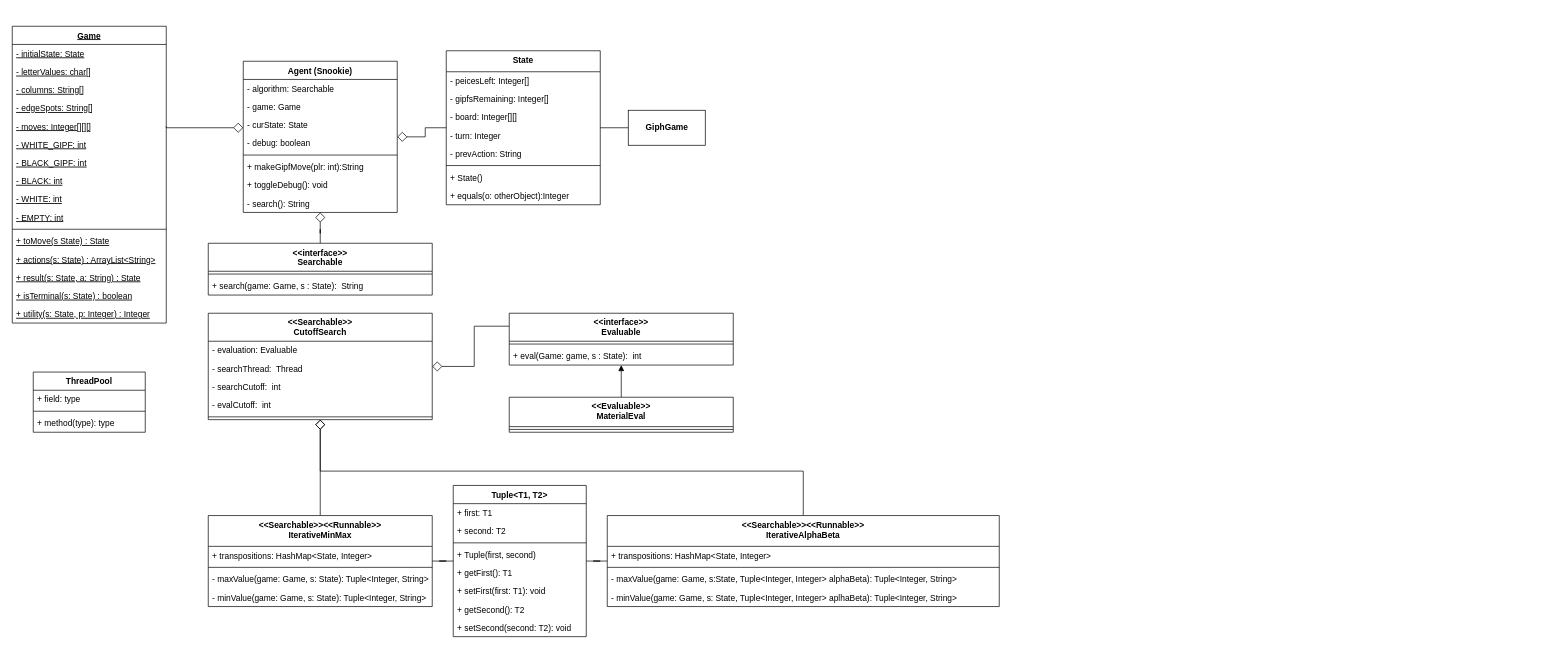
The draw.io diagram diagrams/CSC3335_Project3.drawio in tone-man/tone-man-hancockcraveirocanfield_3335_project3, before the edit. Source tidied: cells renumbered, new cells numbered last; positions are measured from the earlier drawing's top-left corner, leaving out a move shared by most shapes. Both pictures are drawn from the tidied source at 70%, with x=0, y=0 at pixel (12, 26).
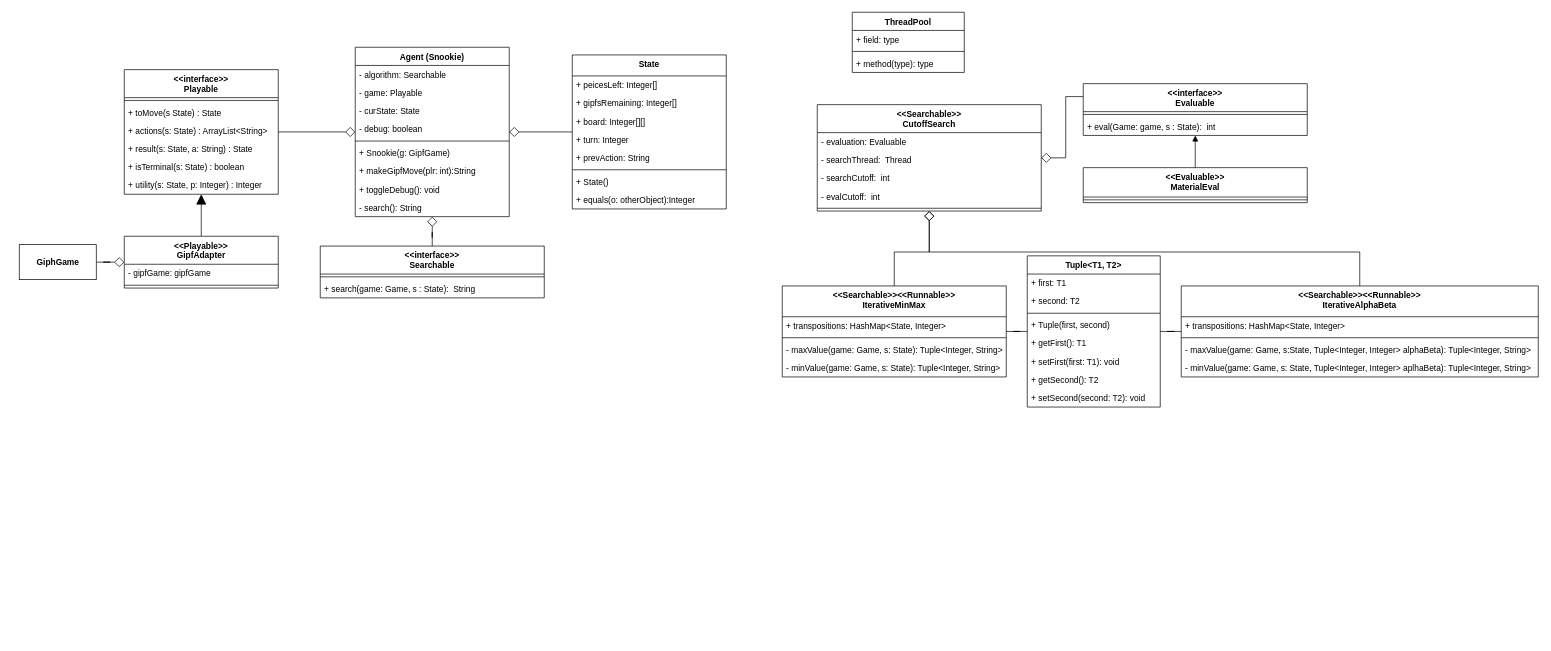
Above is the later version.

Change to the diagram source:
```diff
@@
     <mxCell id="2" value="Agent (Snookie)" style="swimlane;fontStyle=1;align=center;verticalAlign=top;horizontal=1;startSize=26;" parent="1" vertex="1">
-      <mxGeometry x="330" y="50" width="220" height="216" as="geometry" />
+      <mxGeometry x="490" y="30" width="220" height="242" as="geometry" />
     </mxCell>
@@
-    <mxCell id="4" value="- game: Game" style="text;strokeColor=none;fillColor=none;align=left;verticalAlign=top;spacingLeft=4;spacingRight=4;overflow=hidden;" parent="2" vertex="1">
+    <mxCell id="4" value="- game: Playable" style="text;strokeColor=none;fillColor=none;align=left;verticalAlign=top;spacingLeft=4;spacingRight=4;overflow=hidden;" parent="2" vertex="1">
       <mxGeometry y="52" width="220" height="26" as="geometry" />
     </mxCell>
@@
+    <mxCell id="85" value="+ Snookie(g: GipfGame) " style="text;strokeColor=none;fillColor=none;align=left;verticalAlign=top;spacingLeft=4;spacingRight=4;overflow=hidden;" parent="2" vertex="1">
+      <mxGeometry y="138" width="220" height="26" as="geometry" />
+    </mxCell>
     <mxCell id="8" value="+ makeGipfMove(plr: int):String" style="text;strokeColor=none;fillColor=none;align=left;verticalAlign=top;spacingLeft=4;spacingRight=4;overflow=hidden;" parent="2" vertex="1">
-      <mxGeometry y="138" width="220" height="26" as="geometry" />
+      <mxGeometry y="164" width="220" height="26" as="geometry" />
     </mxCell>
     <mxCell id="9" value="+ toggleDebug(): void" style="text;strokeColor=none;fillColor=none;align=left;verticalAlign=top;spacingLeft=4;spacingRight=4;overflow=hidden;" parent="2" vertex="1">
-      <mxGeometry y="164" width="220" height="26" as="geometry" />
+      <mxGeometry y="190" width="220" height="26" as="geometry" />
     </mxCell>
     <mxCell id="10" value="- search(): String" style="text;strokeColor=none;fillColor=none;align=left;verticalAlign=top;spacingLeft=4;spacingRight=4;overflow=hidden;" parent="2" vertex="1">
-      <mxGeometry y="190" width="220" height="26" as="geometry" />
+      <mxGeometry y="216" width="220" height="26" as="geometry" />
     </mxCell>
@@
     <mxCell id="12" value="&lt;&lt;Searchable&gt;&gt;&lt;&lt;Runnable&gt;&gt;&#10;IterativeMinMax" style="swimlane;fontStyle=1;align=center;verticalAlign=top;horizontal=1;startSize=44;" parent="1" vertex="1">
-      <mxGeometry x="280" y="699" width="320" height="130" as="geometry" />
+      <mxGeometry x="1100" y="371" width="320" height="130" as="geometry" />
     </mxCell>
@@
-    <mxCell id="17" style="edgeStyle=orthogonalEdgeStyle;rounded=0;jettySize=auto;html=1;endArrow=diamond;endFill=0;endSize=12;exitX=1;exitY=0.5;exitDx=0;exitDy=0;" parent="1" edge="1" source="23" target="2">
-      <mxGeometry relative="1" as="geometry">
-        <Array as="points">
-          <mxPoint x="220" y="145" />
-        </Array>
-      </mxGeometry>
-    </mxCell>
+    <mxCell id="86" style="edgeStyle=orthogonalEdgeStyle;rounded=0;jettySize=auto;html=1;exitX=1;exitY=0.5;exitDx=0;exitDy=0;endArrow=diamond;endFill=0;endSize=12;" parent="1" edge="1" source="18" target="2">
+      <mxGeometry relative="1" as="geometry" />
+    </mxCell>
-    <mxCell id="18" value="Game" style="swimlane;fontStyle=5;align=center;verticalAlign=top;horizontal=1;startSize=26;" parent="1" vertex="1">
-      <mxGeometry width="220" height="424" as="geometry" />
+    <mxCell id="18" value="&lt;&lt;interface&gt;&gt;&#10;Playable" style="swimlane;fontStyle=1;align=center;verticalAlign=top;horizontal=1;startSize=40;" parent="1" vertex="1">
+      <mxGeometry x="160" y="62" width="220" height="178" as="geometry" />
     </mxCell>
-    <mxCell id="19" value="- initialState: State" style="text;strokeColor=none;fillColor=none;align=left;verticalAlign=top;spacingLeft=4;spacingRight=4;overflow=hidden;fontStyle=4;" parent="18" vertex="1">
-      <mxGeometry y="26" width="220" height="26" as="geometry" />
-    </mxCell>
-    <mxCell id="20" value="- letterValues: char[]" style="text;strokeColor=none;fillColor=none;align=left;verticalAlign=top;spacingLeft=4;spacingRight=4;overflow=hidden;fontStyle=4;" parent="18" vertex="1">
-      <mxGeometry y="52" width="220" height="26" as="geometry" />
-    </mxCell>
-    <mxCell id="21" value="- columns: String[]" style="text;strokeColor=none;fillColor=none;align=left;verticalAlign=top;spacingLeft=4;spacingRight=4;overflow=hidden;fontStyle=4;" parent="18" vertex="1">
-      <mxGeometry y="78" width="220" height="26" as="geometry" />
-    </mxCell>
-    <mxCell id="22" value="- edgeSpots: String[]" style="text;strokeColor=none;fillColor=none;align=left;verticalAlign=top;spacingLeft=4;spacingRight=4;overflow=hidden;fontStyle=4;" parent="18" vertex="1">
-      <mxGeometry y="104" width="220" height="26" as="geometry" />
-    </mxCell>
-    <mxCell id="23" value="- moves: Integer[][][]" style="text;strokeColor=none;fillColor=none;align=left;verticalAlign=top;spacingLeft=4;spacingRight=4;overflow=hidden;points=[[0,0.5],[1,0.5]];portConstraint=eastwest;fontStyle=4;" parent="18" vertex="1">
-      <mxGeometry y="130" width="220" height="26" as="geometry" />
-    </mxCell>
-    <mxCell id="24" value="- WHITE_GIPF: int" style="text;strokeColor=none;fillColor=none;align=left;verticalAlign=top;spacingLeft=4;spacingRight=4;overflow=hidden;fontStyle=4;" parent="18" vertex="1">
-      <mxGeometry y="156" width="220" height="26" as="geometry" />
-    </mxCell>
-    <mxCell id="25" value="- BLACK_GIPF: int" style="text;strokeColor=none;fillColor=none;align=left;verticalAlign=top;spacingLeft=4;spacingRight=4;overflow=hidden;fontStyle=4;" parent="18" vertex="1">
-      <mxGeometry y="182" width="220" height="26" as="geometry" />
-    </mxCell>
-    <mxCell id="26" value="- BLACK: int" style="text;strokeColor=none;fillColor=none;align=left;verticalAlign=top;spacingLeft=4;spacingRight=4;overflow=hidden;fontStyle=4;" parent="18" vertex="1">
-      <mxGeometry y="208" width="220" height="26" as="geometry" />
-    </mxCell>
-    <mxCell id="27" value="- WHITE: int" style="text;strokeColor=none;fillColor=none;align=left;verticalAlign=top;spacingLeft=4;spacingRight=4;overflow=hidden;fontStyle=4;" parent="18" vertex="1">
-      <mxGeometry y="234" width="220" height="26" as="geometry" />
-    </mxCell>
-    <mxCell id="28" value="- EMPTY: int" style="text;strokeColor=none;fillColor=none;align=left;verticalAlign=top;spacingLeft=4;spacingRight=4;overflow=hidden;fontStyle=4;" parent="18" vertex="1">
-      <mxGeometry y="260" width="220" height="26" as="geometry" />
-    </mxCell>
     <mxCell id="29" style="line;strokeWidth=1;fillColor=none;align=left;verticalAlign=middle;spacingTop=-1;spacingLeft=3;spacingRight=3;labelPosition=right;strokeColor=inherit;" parent="18" vertex="1">
-      <mxGeometry y="286" width="220" height="8" as="geometry" />
+      <mxGeometry y="40" width="220" height="8" as="geometry" />
     </mxCell>
-    <mxCell id="30" value="+ toMove(s State) : State" style="text;strokeColor=none;fillColor=none;align=left;verticalAlign=top;spacingLeft=4;spacingRight=4;overflow=hidden;fontStyle=4;" parent="18" vertex="1">
-      <mxGeometry y="294" width="220" height="26" as="geometry" />
+    <mxCell id="30" value="+ toMove(s State) : State" style="text;strokeColor=none;fillColor=none;align=left;verticalAlign=top;spacingLeft=4;spacingRight=4;overflow=hidden;fontStyle=0;" parent="18" vertex="1">
+      <mxGeometry y="48" width="220" height="26" as="geometry" />
     </mxCell>
-    <mxCell id="31" value="+ actions(s: State) : ArrayList&lt;String&gt;" style="text;strokeColor=none;fillColor=none;align=left;verticalAlign=top;spacingLeft=4;spacingRight=4;overflow=hidden;fontStyle=4;" parent="18" vertex="1">
-      <mxGeometry y="320" width="220" height="26" as="geometry" />
+    <mxCell id="31" value="+ actions(s: State) : ArrayList&lt;String&gt;" style="text;strokeColor=none;fillColor=none;align=left;verticalAlign=top;spacingLeft=4;spacingRight=4;overflow=hidden;fontStyle=0;" parent="18" vertex="1">
+      <mxGeometry y="74" width="220" height="26" as="geometry" />
     </mxCell>
-    <mxCell id="32" value="+ result(s: State, a: String) : State" style="text;strokeColor=none;fillColor=none;align=left;verticalAlign=top;spacingLeft=4;spacingRight=4;overflow=hidden;fontStyle=4;" parent="18" vertex="1">
-      <mxGeometry y="346" width="220" height="26" as="geometry" />
+    <mxCell id="32" value="+ result(s: State, a: String) : State" style="text;strokeColor=none;fillColor=none;align=left;verticalAlign=top;spacingLeft=4;spacingRight=4;overflow=hidden;fontStyle=0;" parent="18" vertex="1">
+      <mxGeometry y="100" width="220" height="26" as="geometry" />
     </mxCell>
-    <mxCell id="33" value="+ isTerminal(s: State) : boolean" style="text;strokeColor=none;fillColor=none;align=left;verticalAlign=top;spacingLeft=4;spacingRight=4;overflow=hidden;fontStyle=4;" parent="18" vertex="1">
-      <mxGeometry y="372" width="220" height="26" as="geometry" />
+    <mxCell id="33" value="+ isTerminal(s: State) : boolean" style="text;strokeColor=none;fillColor=none;align=left;verticalAlign=top;spacingLeft=4;spacingRight=4;overflow=hidden;fontStyle=0;" parent="18" vertex="1">
+      <mxGeometry y="126" width="220" height="26" as="geometry" />
     </mxCell>
-    <mxCell id="34" value="+ utility(s: State, p: Integer) : Integer" style="text;strokeColor=none;fillColor=none;align=left;verticalAlign=top;spacingLeft=4;spacingRight=4;overflow=hidden;fontStyle=4;" parent="18" vertex="1">
-      <mxGeometry y="398" width="220" height="26" as="geometry" />
+    <mxCell id="34" value="+ utility(s: State, p: Integer) : Integer" style="text;strokeColor=none;fillColor=none;align=left;verticalAlign=top;spacingLeft=4;spacingRight=4;overflow=hidden;fontStyle=0;" parent="18" vertex="1">
+      <mxGeometry y="152" width="220" height="26" as="geometry" />
     </mxCell>
@@
     <mxCell id="36" value="&lt;&lt;Searchable&gt;&gt;&lt;&lt;Runnable&gt;&gt;&#10;IterativeAlphaBeta" style="swimlane;fontStyle=1;align=center;verticalAlign=top;horizontal=1;startSize=44;" parent="1" vertex="1">
-      <mxGeometry x="850" y="699" width="560" height="130" as="geometry" />
+      <mxGeometry x="1670" y="371" width="510" height="130" as="geometry" />
     </mxCell>
     <mxCell id="37" value="+ transpositions: HashMap&lt;State, Integer&gt;" style="text;strokeColor=none;fillColor=none;align=left;verticalAlign=top;spacingLeft=4;spacingRight=4;overflow=hidden;" parent="36" vertex="1">
-      <mxGeometry y="44" width="560" height="26" as="geometry" />
+      <mxGeometry y="44" width="510" height="26" as="geometry" />
     </mxCell>
     <mxCell id="38" style="line;strokeWidth=1;fillColor=none;align=left;verticalAlign=middle;spacingTop=-1;spacingLeft=3;spacingRight=3;labelPosition=right;strokeColor=inherit;" parent="36" vertex="1">
-      <mxGeometry y="70" width="560" height="8" as="geometry" />
+      <mxGeometry y="70" width="510" height="8" as="geometry" />
     </mxCell>
     <mxCell id="39" value="- maxValue(game: Game, s:State, Tuple&lt;Integer, Integer&gt; alphaBeta): Tuple&lt;Integer, String&gt;" style="text;strokeColor=none;fillColor=none;align=left;verticalAlign=top;spacingLeft=4;spacingRight=4;overflow=hidden;" parent="36" vertex="1">
-      <mxGeometry y="78" width="560" height="26" as="geometry" />
+      <mxGeometry y="78" width="510" height="26" as="geometry" />
     </mxCell>
     <mxCell id="40" value="- minValue(game: Game, s: State, Tuple&lt;Integer, Integer&gt; aplhaBeta): Tuple&lt;Integer, String&gt; " style="text;strokeColor=none;fillColor=none;align=left;verticalAlign=top;spacingLeft=4;spacingRight=4;overflow=hidden;" parent="36" vertex="1">
-      <mxGeometry y="104" width="560" height="26" as="geometry" />
+      <mxGeometry y="104" width="510" height="26" as="geometry" />
     </mxCell>
     <mxCell id="41" value="ThreadPool" style="swimlane;fontStyle=1;align=center;verticalAlign=top;horizontal=1;startSize=26;" parent="1" vertex="1">
-      <mxGeometry x="30" y="494" width="160" height="86" as="geometry" />
+      <mxGeometry x="1200" y="-20" width="160" height="86" as="geometry" />
     </mxCell>
@@
     <mxCell id="45" value="&lt;&lt;Searchable&gt;&gt;&#10;CutoffSearch" style="swimlane;fontStyle=1;align=center;verticalAlign=top;horizontal=1;startSize=40;" parent="1" vertex="1">
-      <mxGeometry x="280" y="410" width="320" height="152" as="geometry" />
+      <mxGeometry x="1150" y="112" width="320" height="152" as="geometry" />
     </mxCell>
@@
     <mxCell id="52" value="&lt;&lt;interface&gt;&gt;&#10;Evaluable" style="swimlane;fontStyle=1;align=center;verticalAlign=top;horizontal=1;startSize=40;" parent="1" vertex="1">
-      <mxGeometry x="710" y="410" width="320" height="74" as="geometry" />
+      <mxGeometry x="1530" y="82" width="320" height="74" as="geometry" />
     </mxCell>
@@
     <mxCell id="56" value="&lt;&lt;Evaluable&gt;&gt;&#10;MaterialEval" style="swimlane;fontStyle=1;align=center;verticalAlign=top;horizontal=1;startSize=42;" parent="1" vertex="1">
-      <mxGeometry x="710" y="530" width="320" height="50" as="geometry" />
+      <mxGeometry x="1530" y="202" width="320" height="50" as="geometry" />
     </mxCell>
@@
     <mxCell id="59" value="&lt;&lt;interface&gt;&gt;&#10;Searchable" style="swimlane;fontStyle=1;align=center;verticalAlign=top;horizontal=1;startSize=40;" parent="1" vertex="1">
-      <mxGeometry x="280" y="310" width="320" height="74" as="geometry" />
+      <mxGeometry x="440" y="314" width="320" height="74" as="geometry" />
     </mxCell>
@@
     <mxCell id="62" value="State" style="swimlane;fontStyle=1;align=center;verticalAlign=top;horizontal=1;startSize=30;" parent="1" vertex="1">
-      <mxGeometry x="620" y="35" width="220" height="220" as="geometry" />
+      <mxGeometry x="800" y="41" width="220" height="220" as="geometry" />
     </mxCell>
-    <mxCell id="63" value="- peicesLeft: Integer[]" style="text;strokeColor=none;fillColor=none;align=left;verticalAlign=top;spacingLeft=4;spacingRight=4;overflow=hidden;" parent="62" vertex="1">
+    <mxCell id="63" value="+ peicesLeft: Integer[]" style="text;strokeColor=none;fillColor=none;align=left;verticalAlign=top;spacingLeft=4;spacingRight=4;overflow=hidden;" parent="62" vertex="1">
       <mxGeometry y="30" width="220" height="26" as="geometry" />
     </mxCell>
-    <mxCell id="64" value="- gipfsRemaining: Integer[]" style="text;strokeColor=none;fillColor=none;align=left;verticalAlign=top;spacingLeft=4;spacingRight=4;overflow=hidden;" parent="62" vertex="1">
+    <mxCell id="64" value="+ gipfsRemaining: Integer[]" style="text;strokeColor=none;fillColor=none;align=left;verticalAlign=top;spacingLeft=4;spacingRight=4;overflow=hidden;" parent="62" vertex="1">
       <mxGeometry y="56" width="220" height="26" as="geometry" />
     </mxCell>
-    <mxCell id="65" value="- board: Integer[][]" style="text;strokeColor=none;fillColor=none;align=left;verticalAlign=top;spacingLeft=4;spacingRight=4;overflow=hidden;" parent="62" vertex="1">
+    <mxCell id="65" value="+ board: Integer[][]" style="text;strokeColor=none;fillColor=none;align=left;verticalAlign=top;spacingLeft=4;spacingRight=4;overflow=hidden;" parent="62" vertex="1">
       <mxGeometry y="82" width="220" height="26" as="geometry" />
     </mxCell>
-    <mxCell id="66" value="- turn: Integer" style="text;strokeColor=none;fillColor=none;align=left;verticalAlign=top;spacingLeft=4;spacingRight=4;overflow=hidden;" parent="62" vertex="1">
+    <mxCell id="66" value="+ turn: Integer" style="text;strokeColor=none;fillColor=none;align=left;verticalAlign=top;spacingLeft=4;spacingRight=4;overflow=hidden;" parent="62" vertex="1">
       <mxGeometry y="108" width="220" height="26" as="geometry" />
     </mxCell>
-    <mxCell id="67" value="- prevAction: String" style="text;strokeColor=none;fillColor=none;align=left;verticalAlign=top;spacingLeft=4;spacingRight=4;overflow=hidden;" parent="62" vertex="1">
+    <mxCell id="67" value="+ prevAction: String" style="text;strokeColor=none;fillColor=none;align=left;verticalAlign=top;spacingLeft=4;spacingRight=4;overflow=hidden;" parent="62" vertex="1">
       <mxGeometry y="134" width="220" height="26" as="geometry" />
     </mxCell>
@@
-    <mxCell id="71" style="edgeStyle=orthogonalEdgeStyle;rounded=0;jettySize=auto;html=1;exitX=0;exitY=0.5;exitDx=0;exitDy=0;endArrow=none;endFill=0;endSize=12;" parent="1" edge="1" source="72" target="62">
-      <mxGeometry relative="1" as="geometry" />
-    </mxCell>
-    <mxCell id="72" value="&lt;b&gt;GiphGame&lt;/b&gt;" style="html=1;" parent="1" vertex="1">
-      <mxGeometry x="880" y="120" width="110" height="50" as="geometry" />
-    </mxCell>
@@
     <mxCell id="76" value="Tuple&lt;T1, T2&gt;" style="swimlane;fontStyle=1;align=center;verticalAlign=top;horizontal=1;startSize=26;" parent="1" vertex="1">
-      <mxGeometry x="630" y="656" width="190" height="216" as="geometry" />
+      <mxGeometry x="1450" y="328" width="190" height="216" as="geometry" />
     </mxCell>
@@
+    <mxCell id="87" style="edgeStyle=orthogonalEdgeStyle;rounded=0;jettySize=auto;html=1;exitX=1;exitY=0.5;exitDx=0;exitDy=0;endArrow=diamond;endFill=0;endSize=12;" parent="1" edge="1" source="72" target="89">
+      <mxGeometry relative="1" as="geometry" />
+    </mxCell>
+    <mxCell id="72" value="&lt;b&gt;GiphGame&lt;/b&gt;" style="html=1;" parent="1" vertex="1">
+      <mxGeometry x="10" y="312" width="110" height="50" as="geometry" />
+    </mxCell>
+    <mxCell id="88" style="edgeStyle=orthogonalEdgeStyle;rounded=0;jettySize=auto;html=1;exitX=0.5;exitY=0;exitDx=0;exitDy=0;endArrow=block;endFill=1;endSize=12;" parent="1" edge="1" source="89" target="18">
+      <mxGeometry relative="1" as="geometry" />
+    </mxCell>
+    <mxCell id="89" value="&lt;&lt;Playable&gt;&gt;&#10;GipfAdapter" style="swimlane;fontStyle=1;align=center;verticalAlign=top;horizontal=1;startSize=40;" parent="1" vertex="1">
+      <mxGeometry x="160" y="300" width="220" height="74" as="geometry" />
+    </mxCell>
+    <mxCell id="90" value="- gipfGame: gipfGame" style="text;strokeColor=none;fillColor=none;align=left;verticalAlign=top;spacingLeft=4;spacingRight=4;overflow=hidden;" parent="89" vertex="1">
+      <mxGeometry y="40" width="220" height="26" as="geometry" />
+    </mxCell>
+    <mxCell id="91" style="line;strokeWidth=1;fillColor=none;align=left;verticalAlign=middle;spacingTop=-1;spacingLeft=3;spacingRight=3;labelPosition=right;strokeColor=inherit;" parent="89" vertex="1">
+      <mxGeometry y="66" width="220" height="8" as="geometry" />
+    </mxCell>
```
